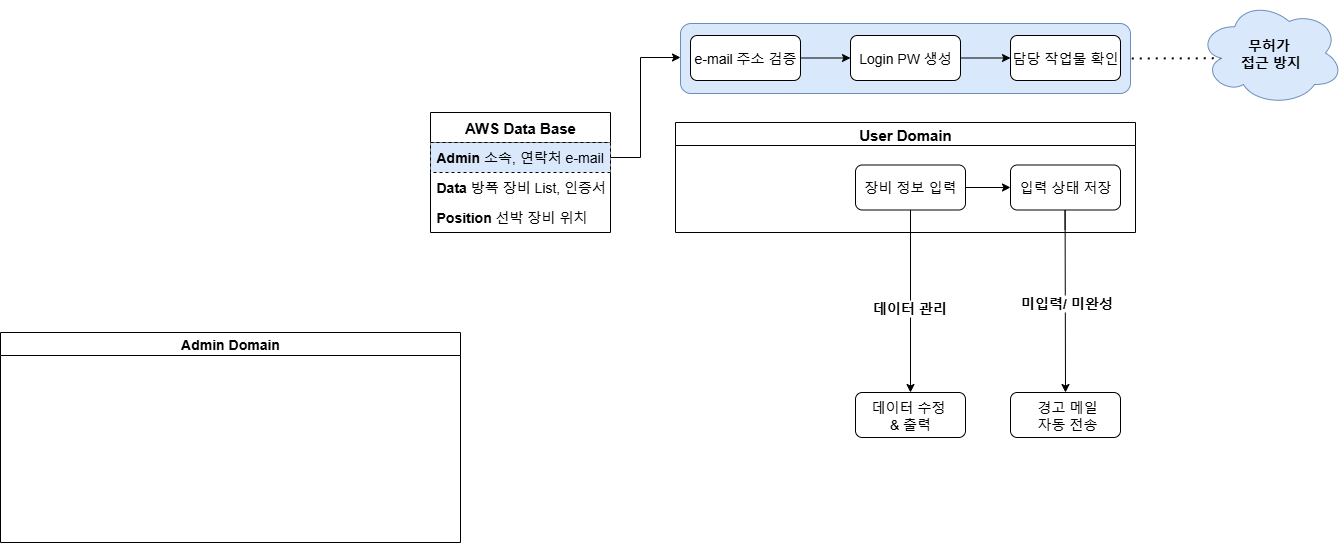
The draw.io diagram workflow/1013.drawio.png in HD-Jinyeong/my_flask_app, before a commit. Source tidied: cells renumbered, new cells last; positions are measured from the earlier drawing's top-left corner, leaving out a move shared by most shapes.
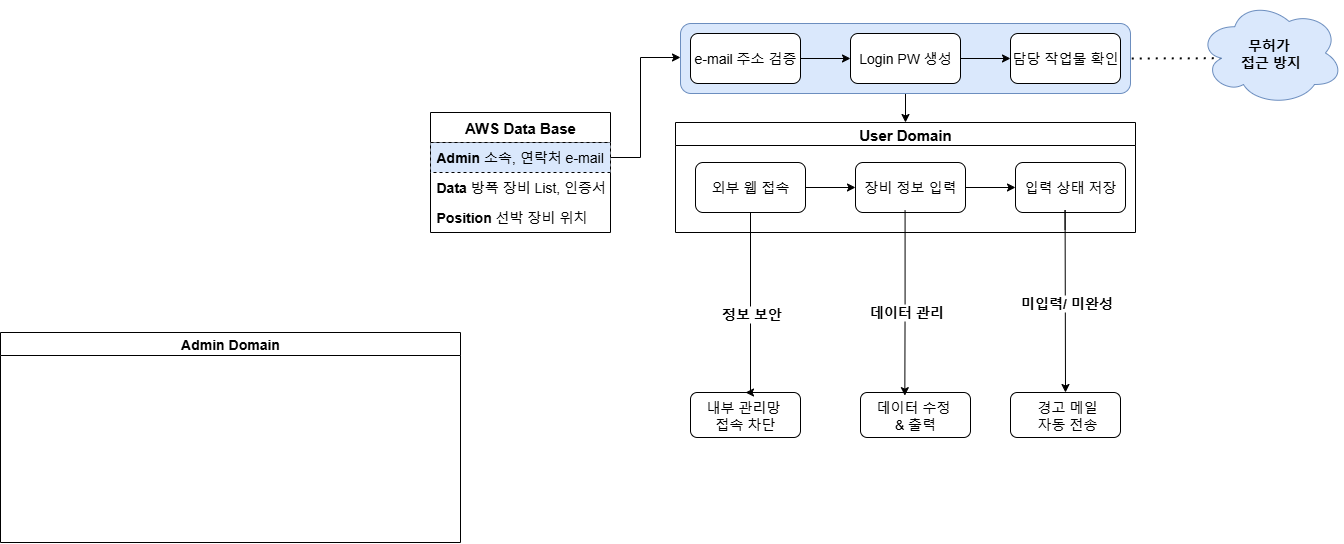
After the commit.

Diff of the diagram source:
```diff
@@ -32,24 +32,20 @@
       <mxGeometry x="675" y="122" width="460" height="110" as="geometry" />
     </mxCell>
     <mxCell id="10" value="&lt;font style=&quot;font-size: 14px;&quot;&gt;장비 정보 입력&lt;/font&gt;" style="whiteSpace=wrap;html=1;rounded=1;" parent="9" vertex="1">
-      <mxGeometry x="180" y="42.5" width="110" height="45" as="geometry" />
+      <mxGeometry x="180" y="40" width="110" height="50" as="geometry" />
     </mxCell>
     <mxCell id="11" value="&lt;font style=&quot;font-size: 14px;&quot;&gt;입력 상태 저장&lt;/font&gt;" style="whiteSpace=wrap;html=1;rounded=1;" parent="9" vertex="1">
-      <mxGeometry x="335" y="42.5" width="110" height="45" as="geometry" />
+      <mxGeometry x="340" y="40" width="110" height="50" as="geometry" />
     </mxCell>
     <mxCell id="12" style="edgeStyle=orthogonalEdgeStyle;rounded=0;jettySize=auto;html=1;" parent="9" edge="1" source="10" target="11">
       <mxGeometry relative="1" as="geometry" />
     </mxCell>
-    <mxCell id="13" style="edgeStyle=orthogonalEdgeStyle;rounded=0;jettySize=auto;html=1;" parent="1" edge="1" source="10">
-      <mxGeometry relative="1" as="geometry">
-        <mxPoint x="910" y="392" as="targetPoint" />
-      </mxGeometry>
-    </mxCell>
-    <mxCell id="14" value="&lt;b&gt;&lt;font style=&quot;font-size: 14px;&quot;&gt;데이터 관리&lt;/font&gt;&lt;/b&gt;" style="edgeLabel;html=1;align=center;verticalAlign=middle;" parent="13" vertex="1">
-      <mxGeometry x="-0.01" y="-2" relative="1" as="geometry">
-        <mxPoint x="1" y="8" as="offset" />
-      </mxGeometry>
-    </mxCell>
+    <mxCell id="28" style="edgeStyle=orthogonalEdgeStyle;rounded=0;jettySize=auto;html=1;" parent="9" edge="1" source="29" target="10">
+      <mxGeometry relative="1" as="geometry" />
+    </mxCell>
+    <mxCell id="29" value="&lt;font style=&quot;font-size: 14px;&quot;&gt;외부 웹 접속&lt;/font&gt;" style="rounded=1;whiteSpace=wrap;html=1;" parent="9" vertex="1">
+      <mxGeometry x="20" y="40" width="110" height="50" as="geometry" />
+    </mxCell>
     <mxCell id="15" value="&lt;font style=&quot;font-size: 14px;&quot;&gt;Admin Domain&lt;/font&gt;" style="swimlane;whiteSpace=wrap;html=1;" parent="1" vertex="1">
       <mxGeometry y="332" width="460" height="210" as="geometry" />
     </mxCell>
@@ -70,30 +66,48 @@
       <mxGeometry x="1010" y="392" width="110" height="45" as="geometry" />
     </mxCell>
     <mxCell id="19" value="&lt;font style=&quot;font-size: 14px;&quot;&gt;데이터 수정&amp;nbsp;&lt;/font&gt;&lt;div&gt;&lt;font style=&quot;font-size: 14px;&quot;&gt;&amp;amp; 출력&lt;/font&gt;&lt;/div&gt;" style="whiteSpace=wrap;html=1;rounded=1;" parent="1" vertex="1">
-      <mxGeometry x="855" y="392" width="110" height="45" as="geometry" />
+      <mxGeometry x="860" y="392" width="110" height="45" as="geometry" />
     </mxCell>
-    <mxCell id="20" style="group;" parent="1" vertex="1">
-      <mxGeometry x="680" y="23" width="450" height="70" as="geometry" />
-    </mxCell>
+    <mxCell id="30" style="edgeStyle=orthogonalEdgeStyle;rounded=0;jettySize=auto;html=1;exitX=0.5;exitY=1;exitDx=0;exitDy=0;" parent="1" edge="1" source="21" target="9">
+      <mxGeometry relative="1" as="geometry" />
+    </mxCell>
+    <mxCell id="31" value="&lt;span style=&quot;font-size: 14px;&quot;&gt;내부 관리망&amp;nbsp;&lt;/span&gt;&lt;div&gt;&lt;span style=&quot;font-size: 14px;&quot;&gt;접속 차단&lt;/span&gt;&lt;/div&gt;" style="whiteSpace=wrap;html=1;rounded=1;" parent="1" vertex="1">
+      <mxGeometry x="690" y="392" width="110" height="45" as="geometry" />
+    </mxCell>
+    <mxCell id="32" style="edgeStyle=orthogonalEdgeStyle;rounded=0;jettySize=auto;html=1;entryX=0.5;entryY=0;entryDx=0;entryDy=0;" parent="1" edge="1" source="29" target="31">
+      <mxGeometry relative="1" as="geometry">
+        <Array as="points">
+          <mxPoint x="750" y="392" />
+        </Array>
+      </mxGeometry>
+    </mxCell>
+    <mxCell id="33" value="&lt;b&gt;&lt;font style=&quot;font-size: 14px;&quot;&gt;정보 보안&lt;/font&gt;&lt;/b&gt;" style="edgeLabel;html=1;align=center;verticalAlign=middle;" parent="32" vertex="1">
+      <mxGeometry x="0.1" y="1" relative="1" as="geometry" />
+    </mxCell>
+    <mxCell id="34" style="edgeStyle=orthogonalEdgeStyle;rounded=0;jettySize=auto;html=1;entryX=0.403;entryY=0.07;entryDx=0;entryDy=0;entryPerimeter=0;" parent="1" edge="1" target="19">
+      <mxGeometry relative="1" as="geometry">
+        <mxPoint x="904.6" y="210" as="sourcePoint" />
+      </mxGeometry>
+    </mxCell>
+    <mxCell id="14" value="&lt;b&gt;&lt;font style=&quot;font-size: 14px;&quot;&gt;데이터 관리&lt;/font&gt;&lt;/b&gt;" style="edgeLabel;html=1;align=center;verticalAlign=middle;" parent="34" vertex="1">
+      <mxGeometry x="0.1" y="1" relative="1" as="geometry" />
+    </mxCell>
-    <mxCell id="21" style="rounded=1;whiteSpace=wrap;html=1;fillColor=#dae8fc;strokeColor=#6c8ebf;" parent="20" vertex="1">
-      <mxGeometry width="450" height="70" as="geometry" />
+    <mxCell id="21" style="rounded=1;whiteSpace=wrap;html=1;fillColor=#dae8fc;strokeColor=#6c8ebf;" parent="1" vertex="1">
+      <mxGeometry x="680" y="23" width="450" height="70" as="geometry" />
     </mxCell>
-    <mxCell id="22" style="group;" parent="20" vertex="1">
-      <mxGeometry x="10" y="12" width="430" height="45" as="geometry" />
-    </mxCell>
-    <mxCell id="23" value="&lt;font style=&quot;font-size: 14px;&quot;&gt;e-mail 주소 검증&lt;/font&gt;" style="rounded=1;whiteSpace=wrap;html=1;" parent="22" vertex="1">
-      <mxGeometry width="110" height="45" as="geometry" />
+    <mxCell id="23" value="&lt;font style=&quot;font-size: 14px;&quot;&gt;e-mail 주소 검증&lt;/font&gt;" style="rounded=1;whiteSpace=wrap;html=1;" parent="1" vertex="1">
+      <mxGeometry x="690" y="33" width="110" height="50" as="geometry" />
     </mxCell>
-    <mxCell id="24" value="&lt;font style=&quot;font-size: 14px;&quot;&gt;Login PW 생성&lt;/font&gt;" style="whiteSpace=wrap;html=1;rounded=1;" parent="22" vertex="1">
-      <mxGeometry x="160" width="110" height="45" as="geometry" />
+    <mxCell id="24" value="&lt;font style=&quot;font-size: 14px;&quot;&gt;Login PW 생성&lt;/font&gt;" style="whiteSpace=wrap;html=1;rounded=1;" parent="1" vertex="1">
+      <mxGeometry x="850" y="33" width="110" height="50" as="geometry" />
     </mxCell>
-    <mxCell id="25" value="&lt;font style=&quot;font-size: 14px;&quot;&gt;담당 작업물 확인&lt;/font&gt;" style="whiteSpace=wrap;html=1;rounded=1;" parent="22" vertex="1">
-      <mxGeometry x="320" width="110" height="45" as="geometry" />
+    <mxCell id="25" value="&lt;font style=&quot;font-size: 14px;&quot;&gt;담당 작업물 확인&lt;/font&gt;" style="whiteSpace=wrap;html=1;rounded=1;" parent="1" vertex="1">
+      <mxGeometry x="1010" y="33" width="110" height="50" as="geometry" />
     </mxCell>
-    <mxCell id="26" style="edgeStyle=orthogonalEdgeStyle;rounded=0;jettySize=auto;html=1;" parent="22" edge="1" source="23" target="24">
+    <mxCell id="26" style="edgeStyle=orthogonalEdgeStyle;rounded=0;jettySize=auto;html=1;" parent="1" edge="1" source="23" target="24">
       <mxGeometry relative="1" as="geometry" />
     </mxCell>
-    <mxCell id="27" style="edgeStyle=orthogonalEdgeStyle;rounded=0;jettySize=auto;html=1;" parent="22" edge="1" source="24" target="25">
+    <mxCell id="27" style="edgeStyle=orthogonalEdgeStyle;rounded=0;jettySize=auto;html=1;" parent="1" edge="1" source="24" target="25">
       <mxGeometry relative="1" as="geometry" />
     </mxCell>
   </root>
```
